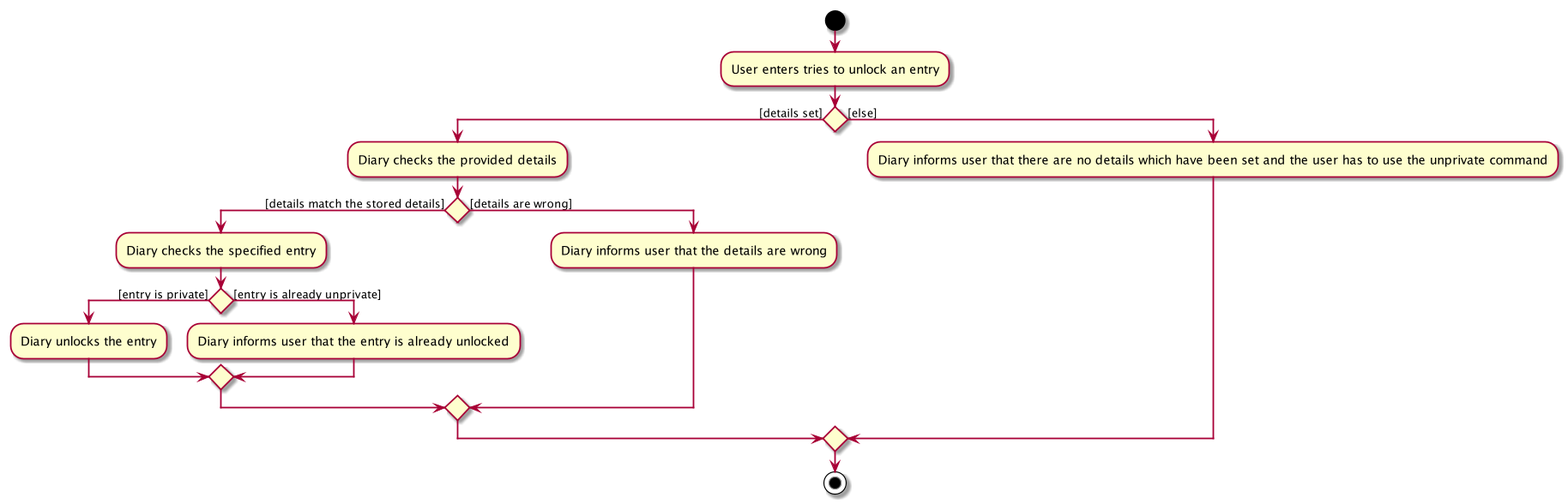
Earlier version of the PlantUML export docs/images/DiaryUnLockActivityDiagram.png (nus-cs2103-AY1920S1/addressbook-level3).
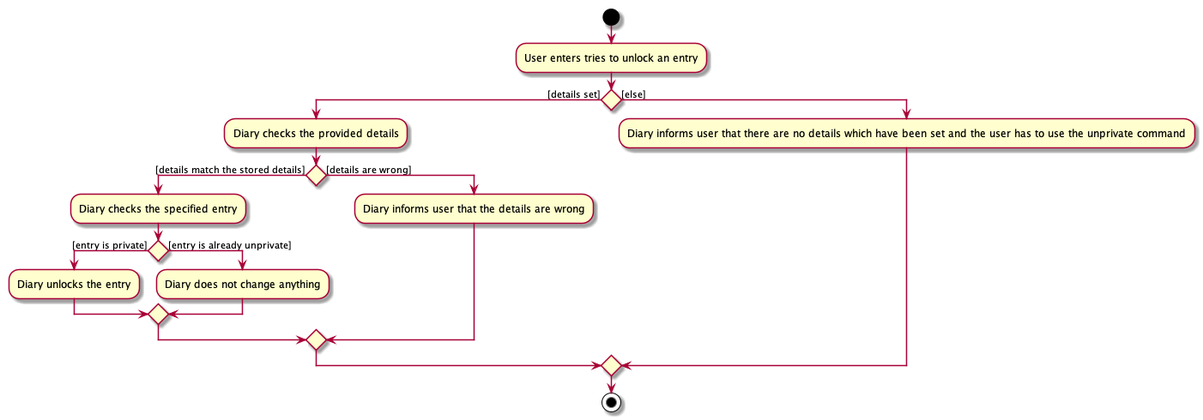
Above is the later version.

What changed in the source:
```diff
@@ -9,7 +9,7 @@
                 if () then ([entry is private])
                     :Diary unlocks the entry;
                 else ([entry is already unprivate])
-                    :Diary informs user that the entry is already unlocked;
+                    :Diary does not change anything;
                 endif
         else ([details are wrong])
             :Diary informs user that the details are wrong;
```
